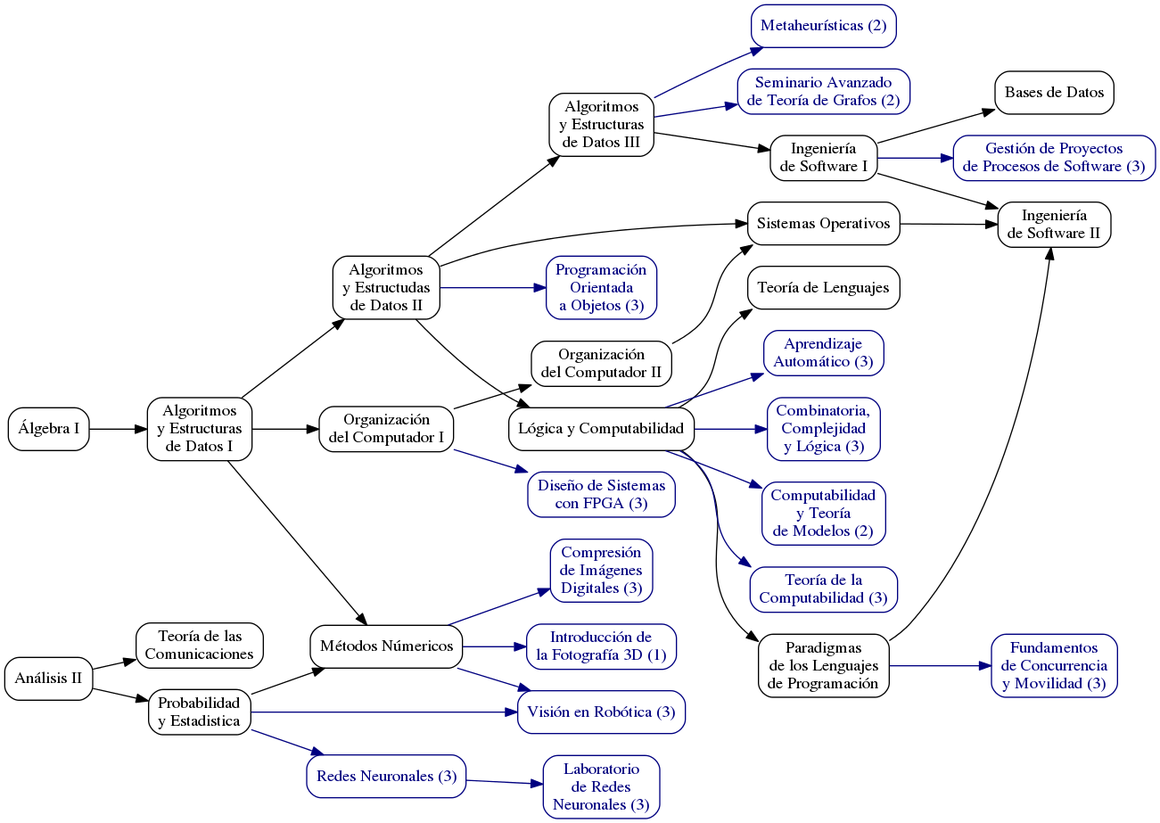
The Graphviz diagram Graph.png in mfixman/Grafo-DC, before a commit. Its source is kept beside it as Graph.dot.
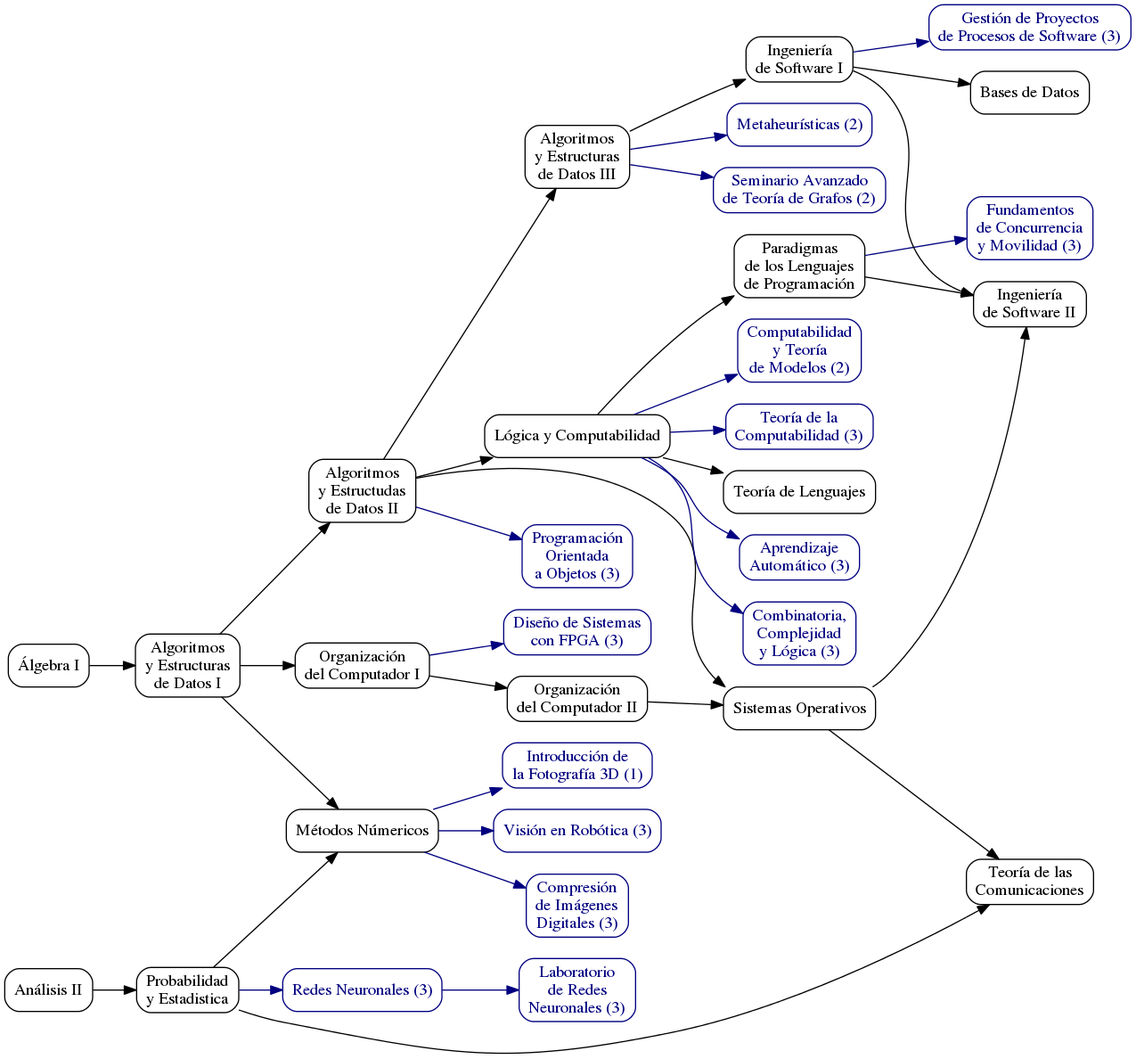
The same file after the commit.

Change to the diagram source:
```diff
@@ -28,8 +28,9 @@
 	0 -> 2 ;
 	2 -> 3 ;
 	1 -> 4 ;
-	1 -> 5 ;
 	4 -> 3 ;
+	4 -> 5 ;
+	10 -> 5 ;
 
 	2 -> 6 ;
 	2 -> 7 ;
@@ -77,7 +78,6 @@
 	4 -> 27 ;
 	8 -> 28 ;
 	3 -> 29 ;
-	4 -> 29 ;
 	27 -> 30 ;
 	8 -> 31 ; // Dudoso, preguntar.
 }
```
